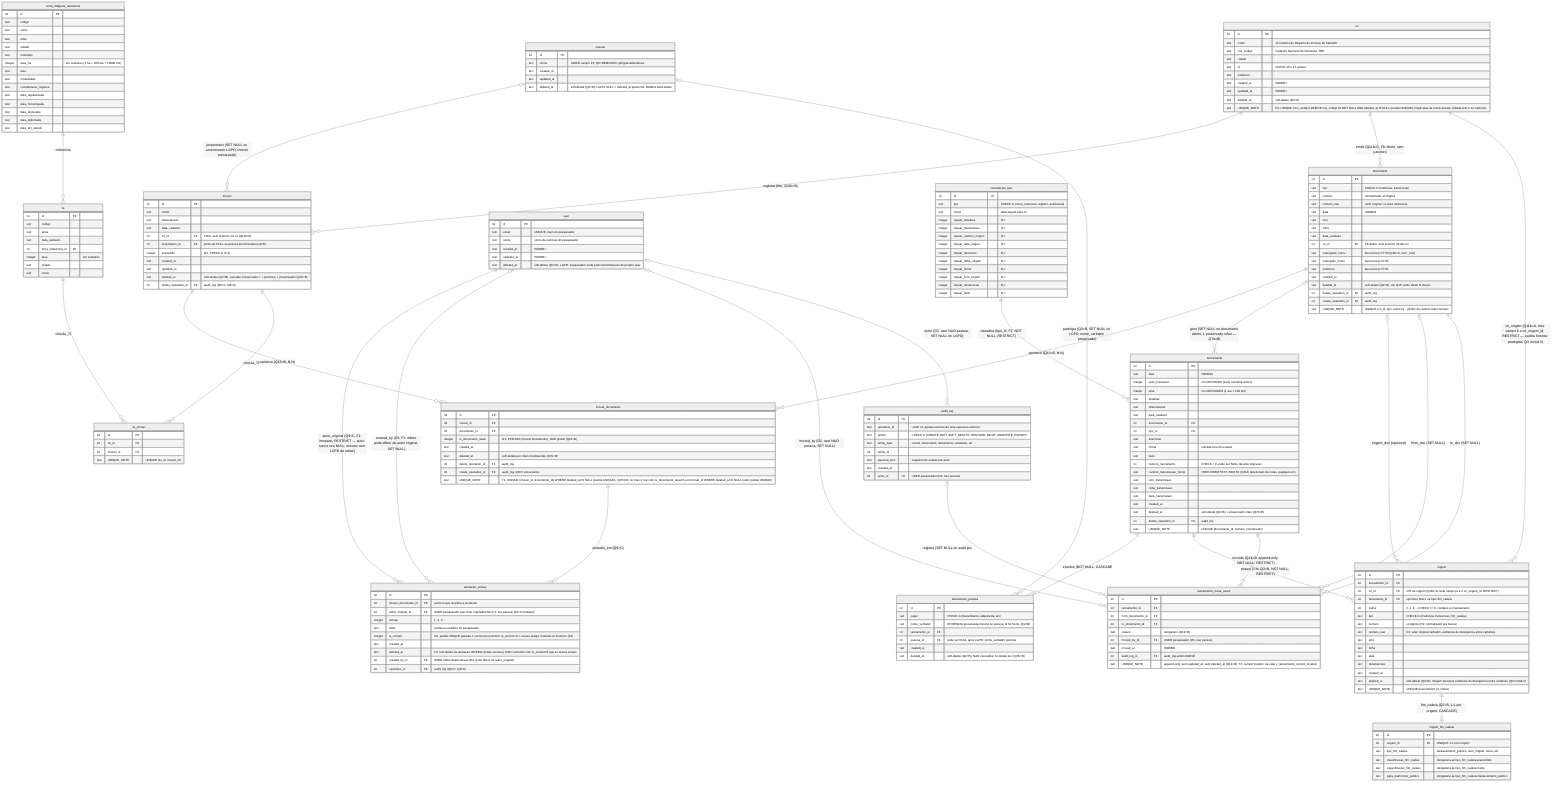
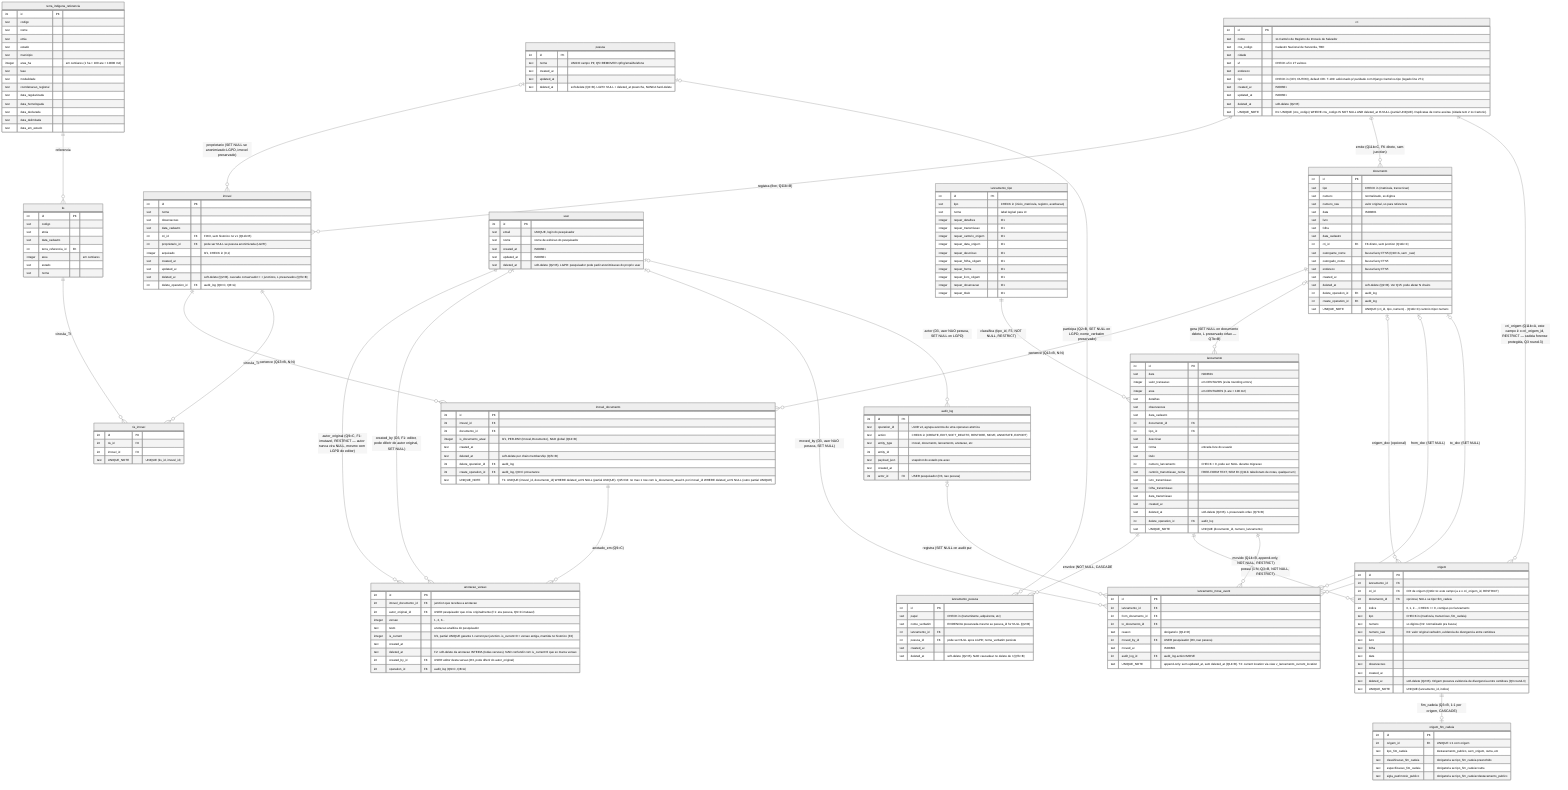
%%{init: {"theme":"neutral","er":{"layoutDirection":"LR","minEntityWidth":180,"minEntityHeight":90,"entityPadding":12},"themeVariables":{"fontSize":"12px"}}}%%
%% ERD v2 — Cadeia Dominial
%% Decisões: ver docs/db/SCHEMA_DECISOES_PENDENTES.md (Q1-Q15, Q11b, D1-D4, T1-T4)
%% Convenções SQLite/D1: TEXT ISO8601 p/ datas, INTEGER 0/1 p/ bool, INTEGER centavos p/ money
%% CHECK constraints vão via migration Drizzle (Mermaid interpreta -- e | em comentários)
%% Soft-delete: deleted_at TEXT NULL em todas as tabelas relevantes (Q2=B)
+ %% T-100 (2026-06-04): adicionado `cri.tipo` (CHECK CRI/OUTRO) p/ paridade com Django Cartorios
%% ============================================================================
%% ⚠️ T4 — Mermaid NÃO é schema. UNIQUE_NOTE é só documentação visual.
%%    A versão canônica é a Drizzle migration (T-101). Partial UNIQUE indexes
%%    (`WHERE deleted_at IS NULL`), CHECK constraints, FTS5 sync triggers,
%%    e a view v_lancamento_current_location (T2) NÃO aparecem no .mmd —
%%    aplicar via migration Drizzle + SQL DDL.
%% ============================================================================
erDiagram
    cri ||--o{ imovel : "registra (fixo, Q11b=B)"
    cri ||--o{ documento : "emite (Q11b=C, FK direto, sem junction)"
    imovel ||--o{ imovel_documento : "pertence (Q13=B, N:N)"
    documento ||--o{ imovel_documento : "pertence (Q13=B, N:N)"
    imovel_documento ||--o{ anotacao_versao : "anotado_em (Q9=C)"
    user ||--o{ anotacao_versao : "autor_original (Q9=C, F1: imutavel, RESTRICT — autor nunca vira NULL, mesmo com LGPD do editor)"
    user o|--o{ anotacao_versao : "created_by (D3, F1: editor, pode diferir do autor original, SET NULL)"
    user o|--o{ lancamento_move_event : "moved_by (D3, user NAO pessoa, SET NULL)"
    user o|--o{ audit_log : "actor (D3, user NAO pessoa, SET NULL on LGPD)"
    pessoa o|--o{ imovel : "proprietario (SET NULL se anonimizado LGPD, imovel preservado)"
    pessoa o|--o{ lancamento_pessoa : "participa (Q2=B, SET NULL on LGPD, nome_verbatim preservado)"
    lancamento ||--o{ lancamento_pessoa : "envolve (NOT NULL, CASCADE)"
    lancamento_tipo ||--o{ lancamento : "classifica (tipo_id, F3, NOT NULL, RESTRICT)"
    documento o|--o{ lancamento : "gera (SET NULL on documento delete, L preservado orfao — Q7b=B)"
    documento o|--o{ origem : "origem_doc (opcional)"
    lancamento ||--o{ origem : "possui (1:N, Q3=B, NOT NULL, RESTRICT)"
    origem ||--o| origem_fim_cadeia : "fim_cadeia (Q3=B, 1:1 por origem, CASCADE)"
    cri ||--o{ origem : "cri_origem (Q11b=A, este campo é o cri_origem_id, RESTRICT — cadeia forense protegida, Q3 round-3)"
    lancamento ||--o{ lancamento_move_event : "movido (Q14=B, append-only, NOT NULL, RESTRICT)"
    documento o|--o{ lancamento_move_event : "from_doc (SET NULL)"
    documento o|--o{ lancamento_move_event : "to_doc (SET NULL)"
    audit_log o|--o{ lancamento_move_event : "registra (SET NULL on audit purge)"
    imovel ||--o{ tis_imovel : "vincula_TI"
    tis ||--o{ tis_imovel : "vincula_TI"
    terra_indigena_referencia ||--o{ tis : "referencia"

    cri {
        int id PK
        text nome "1o Cartorio de Registro de Imoveis de Salvador"
        text cns_codigo "Cadastro Nacional de Serventia, TBD"
        text cidade
        text uf "CHECK uf in 27 valores"
        text endereco
+         text tipo "CHECK in (CRI, OUTRO), default CRI. T-100: adicionado p/ paridade com Django Cartorios.tipo (legado line 271)"
        text created_at "ISO8601"
        text updated_at "ISO8601"
        text deleted_at "soft-delete (Q2=B)"
        text UNIQUE_NOTE "D1: UNIQUE (cns_codigo) WHERE cns_codigo IS NOT NULL AND deleted_at IS NULL (partial UNIQUE). Duplicatas de nome aceitas (cidade tem 2 1o Cartorio)."
    }

    user {
        int id PK
        text email "UNIQUE, login do pesquisador"
        text nome "nome de exibicao do pesquisador"
        text created_at "ISO8601"
        text updated_at "ISO8601"
        text deleted_at "soft-delete (Q2=B). LGPD: pesquisador pode pedir anonimizacao do proprio user"
    }

    pessoa {
        int id PK
        text nome "UNICO campo PII; Q5=REMOVER cpf/rg/email/telefone"
        text created_at
        text updated_at
        text deleted_at "soft-delete (Q2=B). LGPD: NULL + deleted_at preenche, NUNCA hard-delete"
    }

    imovel {
        int id PK
        text nome
        text observacoes
        text data_cadastro
        int cri_id FK "FIXO, sem historico no v1 (Q11b=B)"
        int proprietario_id FK "pode ser NULL se pessoa anonimizada (LGPD)"
        integer arquivado "0/1, CHECK in (0,1)"
        text created_at
        text updated_at
        text deleted_at "soft-delete (Q2=B). cascade conservador: I + junctions, L preservados (Q7b=B)"
        int delete_operation_id FK "audit_log (Q9=C, Q8=A)"
    }

    imovel_documento {
        int id PK
        int imovel_id FK
        int documento_id FK
        integer is_documento_atual "0/1, PER-PAR (Imovel,Documento), NAO global (Q13=B)"
        text created_at
        text deleted_at "soft-delete per chain membership (Q7b=B)"
        int delete_operation_id FK "audit_log"
        int create_operation_id FK "audit_log, Q9=C provenance"
        text UNIQUE_NOTE "T1: UNIQUE (imovel_id, documento_id) WHERE deleted_at IS NULL (partial UNIQUE). Q15=D4: no max 1 row com is_documento_atual=1 por imovel_id WHERE deleted_at IS NULL (outro partial UNIQUE)"
    }

    documento {
        int id PK
        text tipo "CHECK in (matricula, transcricao)"
        text numero "normalizado, so digitos"
        text numero_raw "valor original, so para referencia"
        text data "ISO8601"
        text livro
        text folha
        text data_cadastro
        int cri_id FK "FK direto, sem junction (Q11b=C)"
        text outorgante_nome "busca fuzzy FTS5 (Q10=A, sem _raw)"
        text outorgado_nome "busca fuzzy FTS5"
        text endereco "busca fuzzy FTS5"
        text created_at
        text deleted_at "soft-delete (Q2=B). Ver Q15: pode afetar N chains"
        int delete_operation_id FK "audit_log"
        int create_operation_id FK "audit_log"
        text UNIQUE_NOTE "UNIQUE (cri_id, tipo, numero) - (Q11b=C) cartorio+tipo+numero"
    }

    lancamento_tipo {
        int id PK
        text tipo "CHECK in (inicio_matricula, registro, averbacao)"
        text nome "label legivel para UI"
        integer requer_detalhes "0/1"
        integer requer_transmissao "0/1"
        integer requer_cartorio_origem "0/1"
        integer requer_data_origem "0/1"
        integer requer_descricao "0/1"
        integer requer_folha_origem "0/1"
        integer requer_forma "0/1"
        integer requer_livro_origem "0/1"
        integer requer_observacao "0/1"
        integer requer_titulo "0/1"
    }

    lancamento {
        int id PK
        text data "ISO8601"
        integer valor_transacao "em CENTAVOS (evita rounding errors)"
        integer area "em CENTIARES (1 are = 100 m2)"
        text detalhes
        text observacoes
        text data_cadastro
        int documento_id FK
        int tipo_id FK
        text descricao
        text forma "entrada livre do usuario"
        text titulo
        int numero_lancamento "CHECK > 0, pode ser NULL durante migracao"
        text cartorio_transmissao_nome "FREE-FORM TEXT, SEM FK (Q11b: tabelionato de notas, qualquer um)"
        text livro_transmissao
        text folha_transmissao
        text data_transmissao
        text created_at
        text deleted_at "soft-delete (Q2=B). L preservado orfao (Q7b=B)"
        int delete_operation_id FK "audit_log"
        text UNIQUE_NOTE "UNIQUE (documento_id, numero_lancamento)"
    }

    lancamento_pessoa {
        int id PK
        text papel "CHECK in (transmitente, adquirente, etc)"
        text nome_verbatim "EVIDENCIA preservada mesmo se pessoa_id for NULL (Q2=B)"
        int lancamento_id FK
        int pessoa_id FK "pode ser NULL apos LGPD; nome_verbatim persiste"
        text created_at
        text deleted_at "soft-delete (Q2=B). NAO cascadear no delete de I (Q7b=B)"
    }

    origem {
        int id PK
        int lancamento_id FK
        int cri_id FK "CRI de origem (Q11b=A: este campo ja e o cri_origem_id, RESTRICT)"
        int documento_id FK "opcional, NULL se tipo=fim_cadeia"
        int indice "0, 1, 2..., CHECK >= 0, contiguo por lancamento"
        text tipo "CHECK in (matricula, transcricao, fim_cadeia)"
        text numero "so digitos (D2: normalizado pra busca)"
        text numero_raw "D2: valor original verbatim, evidencia de divergencia entre certidoes"
        text livro
        text folha
        text data
        text observacoes
        text created_at
        text deleted_at "soft-delete (Q2=B). Origem preserva evidencia de divergencia entre certidoes (Q3 round-3)"
        text UNIQUE_NOTE "UNIQUE (lancamento_id, indice)"
    }

    origem_fim_cadeia {
        int id PK
        int origem_id FK "UNIQUE 1:1 com origem"
        text tipo_fim_cadeia "destacamento_publico, sem_origem, outra, etc"
        text classificacao_fim_cadeia "obrigatoria se tipo_fim_cadeia preenchido"
        text especificacao_fim_cadeia "obrigatoria se tipo_fim_cadeia=outra"
        text sigla_patrimonio_publico "obrigatoria se tipo_fim_cadeia=destacamento_publico"
    }

    anotacao_versao {
        int id PK
        int imovel_documento_id FK "junction que recebeu a anotacao"
        int autor_original_id FK "USER pesquisador que criou originalmente (F1: era pessoa, Q9=C imutavel)"
        integer versao "1, 2, 3..."
        text texto "anotacao analitica do pesquisador"
        integer is_current "0/1, partial UNIQUE garante 1 current per junction. is_current=0 = versao antiga, mantida no historico (F2)"
        text created_at
        text deleted_at "F2: soft-delete da anotacao INTEIRA (todas versoes). NAO confundir com is_current=0 que so marca versao"
        int created_by_id FK "USER editor desta versao (D3, pode diferir do autor_original)"
        int operation_id FK "audit_log (Q9=C, Q8=A)"
    }

    lancamento_move_event {
        int id PK
        int lancamento_id FK
        int from_documento_id FK
        int to_documento_id FK
        text reason "obrigatorio (Q12=D)"
        int moved_by_id FK "USER pesquisador (D3, nao pessoa)"
        text moved_at "ISO8601"
        int audit_log_id FK "audit_log.action=MOVE"
        text UNIQUE_NOTE "append-only: sem updated_at, sem deleted_at (Q14=B). T2: current location via view v_lancamento_current_location"
    }

    audit_log {
        int id PK
        text operation_id "UUID v4, agrupa eventos de uma operacao atomica"
        text action "CHECK in (CREATE, EDIT, SOFT_DELETE, RESTORE, MOVE, ANNOTATE, EXPORT)"
        text entity_type "imovel, documento, lancamento, anotacao, etc"
        int entity_id
        text payload_json "snapshot do estado pre-acao"
        text created_at
        int actor_id FK "USER pesquisador (D3, nao pessoa)"
    }

    tis {
        int id PK
        text codigo
        text etnia
        text data_cadastro
        int terra_referencia_id FK
        integer area "em centiares"
        text estado
        text nome
    }

    tis_imovel {
        int id PK
        int tis_id FK
        int imovel_id FK
        text UNIQUE_NOTE "UNIQUE (tis_id, imovel_id)"
    }

    terra_indigena_referencia {
        int id PK
        text codigo
        text nome
        text etnia
        text estado
        text municipio
        integer area_ha "em centiares (1 ha = 100 are = 10000 m2)"
        text fase
        text modalidade
        text coordenacao_regional
        text data_regularizada
        text data_homologada
        text data_declarada
        text data_delimitada
        text data_em_estudo
    }
